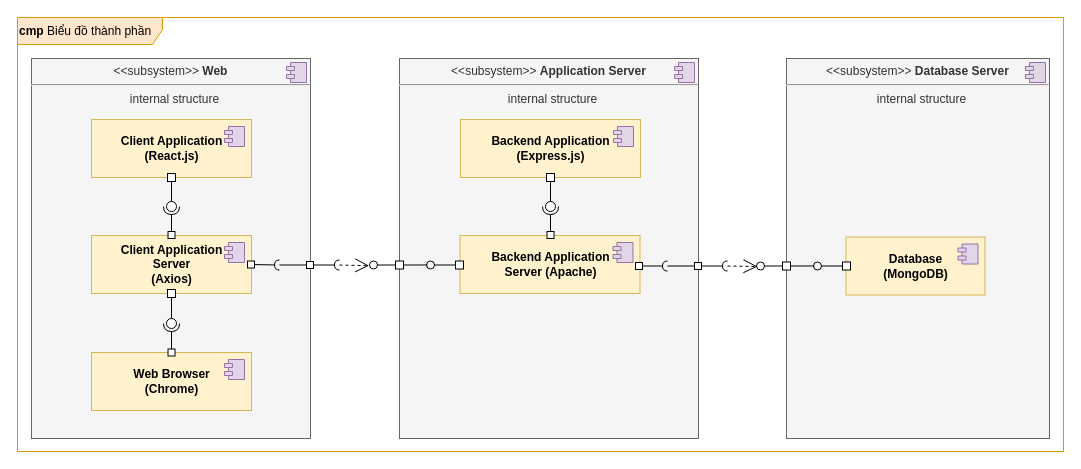
Before: page "Component" (7 of 7) of designs/medicine16.drawio in luclegen/medicine16, a draw.io diagram. Source tidied: cells renumbered, new cells numbered last; positions are measured from the earlier drawing's top-left corner, leaving out a move shared by most shapes. Both pictures are drawn from the tidied source at 100%, with x=0, y=0 at pixel (17, 17).
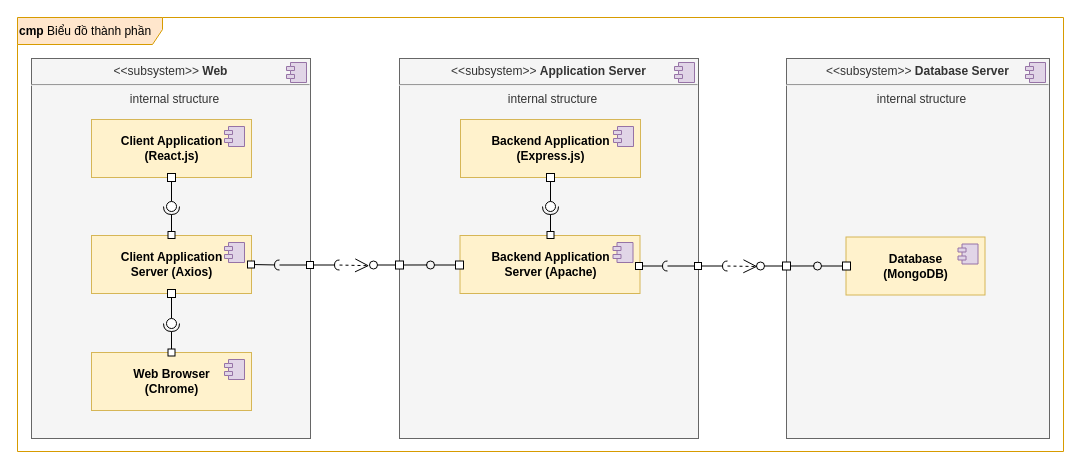
The same diagram, later.

Change to the diagram source:
```diff
@@
-    <mxCell id="8" value="&lt;b&gt;Client Application&lt;br&gt;Server&lt;br&gt;(Axios)&lt;br&gt;&lt;/b&gt;" style="html=1;fillColor=#fff2cc;strokeColor=#d6b656;" parent="1" vertex="1">
+    <mxCell id="8" value="&lt;b&gt;Client Application&lt;br&gt;Server (Axios)&lt;br&gt;&lt;/b&gt;" style="html=1;fillColor=#fff2cc;strokeColor=#d6b656;" parent="1" vertex="1">
       <mxGeometry x="74" y="218" width="160" height="58" as="geometry" />
     </mxCell>
```
